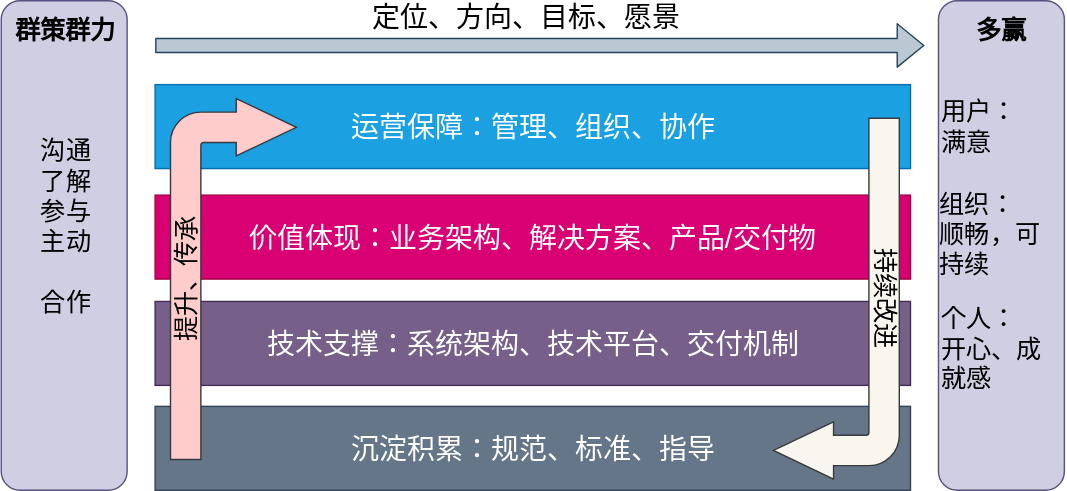
Above: assets/images/TechArch/ADCSS-Arch.svg in ibbcall/ibbcall.github.io (draw.io), before the change. Source tidied: cells renumbered, new cells last; positions are measured from the earlier drawing's top-left corner, leaving out a move shared by most shapes.
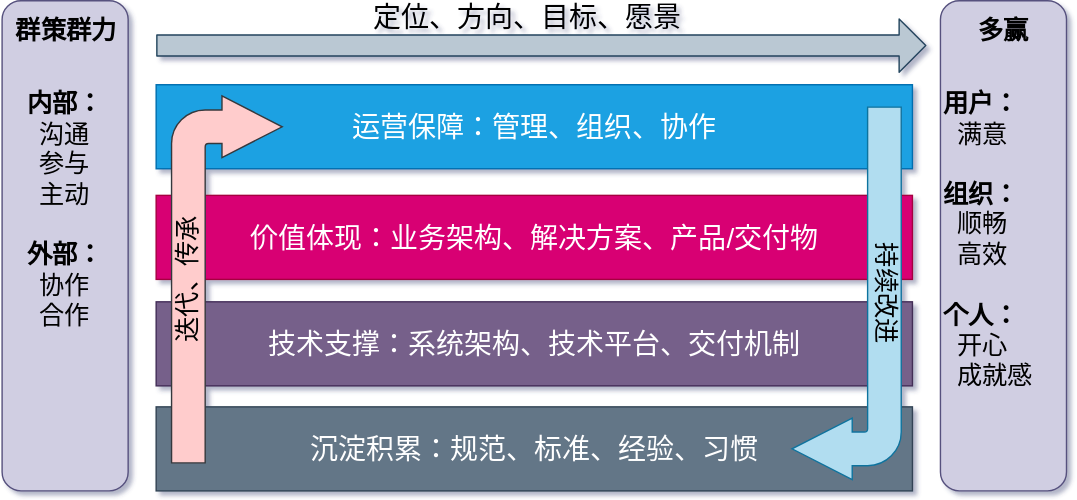
The same diagram one commit later.

Change to the diagram source:
```diff
@@ -1,4 +1,4 @@
-<mxGraphModel>
+<mxGraphModel shadow="1">
   <root>
     <mxCell id="0" />
     <mxCell id="1" parent="0" />
@@ -8,7 +8,7 @@
     <mxCell id="3" value="&lt;br style=&quot;font-size: 20px&quot;&gt;" style="rounded=1;whiteSpace=wrap;html=1;fontSize=20;fillColor=#d0cee2;strokeColor=#56517e;" parent="1" vertex="1">
       <mxGeometry x="670" width="90" height="350" as="geometry" />
     </mxCell>
-    <mxCell id="4" style="shape=flexArrow;endArrow=classic;html=1;fontSize=20;fillColor=#bac8d3;strokeColor=#23445d;" parent="1" edge="1">
+    <mxCell id="4" style="shape=flexArrow;endArrow=classic;html=1;fontSize=20;fillColor=#bac8d3;strokeColor=#23445d;width=15;startWidth=22;endWidth=22;" parent="1" edge="1">
       <mxGeometry relative="1" as="geometry">
         <mxPoint x="110" y="32" as="sourcePoint" />
         <mxPoint x="660" y="32" as="targetPoint" />
@@ -26,32 +26,26 @@
     <mxCell id="8" value="技术支撑：系统架构、技术平台、交付机制" style="rounded=0;whiteSpace=wrap;html=1;fontSize=20;fillColor=#76608a;strokeColor=#432D57;fontColor=#ffffff;" parent="1" vertex="1">
       <mxGeometry x="110" y="215" width="540" height="60" as="geometry" />
     </mxCell>
-    <mxCell id="9" value="沉淀积累：规范、标准、指导" style="rounded=0;whiteSpace=wrap;html=1;fontSize=20;fillColor=#647687;strokeColor=#314354;fontColor=#ffffff;" parent="1" vertex="1">
+    <mxCell id="9" value="沉淀积累：规范、标准、经验、习惯" style="rounded=0;whiteSpace=wrap;html=1;fontSize=20;fillColor=#647687;strokeColor=#314354;fontColor=#ffffff;" parent="1" vertex="1">
       <mxGeometry x="110" y="290" width="540" height="60" as="geometry" />
     </mxCell>
-    <mxCell id="10" value="持续改进" style="html=1;shadow=0;dashed=0;align=center;verticalAlign=top;shape=mxgraph.arrows2.bendArrow;dy=10.86;dx=43;notch=0;arrowHead=41;rounded=1;rotation=-180;horizontal=0;fontSize=18;spacingTop=-8;fillColor=#f9f7ed;strokeColor=#36393d;" parent="1" vertex="1">
-      <mxGeometry x="552" y="84" width="90" height="258" as="geometry" />
+    <mxCell id="10" value="持续改进" style="html=1;shadow=0;dashed=0;align=center;verticalAlign=top;shape=mxgraph.arrows2.bendArrow;dy=12;dx=43;notch=0;arrowHead=44;rounded=1;rotation=-180;horizontal=0;fontSize=18;spacingTop=-7;fillColor=#b1ddf0;strokeColor=#10739e;" parent="1" vertex="1">
+      <mxGeometry x="564" y="76" width="78" height="266" as="geometry" />
     </mxCell>
-    <mxCell id="11" value="提升、传承" style="html=1;shadow=0;dashed=0;align=center;verticalAlign=top;shape=mxgraph.arrows2.bendArrow;dy=10.86;dx=43;notch=0;arrowHead=41;rounded=1;rotation=0;horizontal=0;spacingTop=-6;fontSize=18;fillColor=#ffcccc;strokeColor=#36393d;" parent="1" vertex="1">
-      <mxGeometry x="121" y="70" width="90" height="258" as="geometry" />
+    <mxCell id="11" value="迭代、传承" style="html=1;shadow=0;dashed=0;align=center;verticalAlign=top;shape=mxgraph.arrows2.bendArrow;dy=12;dx=43;notch=0;arrowHead=44;rounded=1;rotation=0;horizontal=0;spacingTop=-6;fontSize=18;fillColor=#ffcccc;strokeColor=#36393d;" parent="1" vertex="1">
+      <mxGeometry x="121" y="68" width="79" height="262" as="geometry" />
     </mxCell>
     <mxCell id="12" value="&lt;b&gt;多赢&lt;/b&gt;" style="text;html=1;fillColor=none;align=center;verticalAlign=middle;whiteSpace=wrap;rounded=0;labelBackgroundColor=none;fontSize=18;" parent="1" vertex="1">
       <mxGeometry x="687.5" y="11" width="55" height="20" as="geometry" />
     </mxCell>
-    <mxCell id="13" value="组织：&lt;br&gt;顺畅，可持续" style="text;html=1;strokeColor=none;fillColor=none;align=left;verticalAlign=middle;whiteSpace=wrap;rounded=0;labelBackgroundColor=none;fontSize=18;" parent="1" vertex="1">
-      <mxGeometry x="669" y="133" width="91" height="66" as="geometry" />
-    </mxCell>
-    <mxCell id="14" value="用户：&lt;br&gt;满意" style="text;html=1;strokeColor=none;fillColor=none;align=left;verticalAlign=middle;whiteSpace=wrap;rounded=0;labelBackgroundColor=none;fontSize=18;" parent="1" vertex="1">
-      <mxGeometry x="670" y="57" width="91" height="66" as="geometry" />
+    <mxCell id="14" value="&lt;b&gt;用户：&lt;/b&gt;&lt;br&gt;&amp;nbsp; 满意&lt;br&gt;&lt;b&gt;&lt;br&gt;组织：&lt;/b&gt;&lt;br&gt;&amp;nbsp; 顺畅&lt;br&gt;&amp;nbsp; 高效&lt;br&gt;&lt;br&gt;&lt;b&gt;个人：&lt;/b&gt;&lt;br&gt;&lt;div&gt;&amp;nbsp; 开心&lt;/div&gt;&lt;div&gt;&amp;nbsp; 成就感&lt;/div&gt;" style="text;html=1;strokeColor=none;fillColor=none;align=left;verticalAlign=top;whiteSpace=wrap;rounded=0;labelBackgroundColor=none;fontSize=18;" parent="1" vertex="1">
+      <mxGeometry x="670" y="57" width="91" height="283" as="geometry" />
     </mxCell>
-    <mxCell id="15" value="个人：&lt;br&gt;&lt;div style=&quot;text-align: left&quot;&gt;&lt;span&gt;开心、成就感&lt;/span&gt;&lt;/div&gt;" style="text;html=1;strokeColor=none;fillColor=none;align=left;verticalAlign=middle;whiteSpace=wrap;rounded=0;labelBackgroundColor=none;fontSize=18;" parent="1" vertex="1">
-      <mxGeometry x="670" y="215" width="91" height="66" as="geometry" />
-    </mxCell>
     <mxCell id="16" value="&lt;b&gt;群策群力&lt;/b&gt;&lt;br&gt;" style="text;html=1;fillColor=none;align=center;verticalAlign=middle;whiteSpace=wrap;rounded=0;labelBackgroundColor=none;fontSize=18;" parent="1" vertex="1">
       <mxGeometry y="11" width="91" height="20" as="geometry" />
     </mxCell>
-    <mxCell id="17" value="&lt;div style=&quot;text-align: center&quot;&gt;&lt;span&gt;沟通&lt;/span&gt;&lt;/div&gt;&lt;div style=&quot;text-align: left&quot;&gt;&lt;span&gt;了解&lt;/span&gt;&lt;br&gt;&lt;span&gt;参与&lt;/span&gt;&lt;br&gt;&lt;span&gt;主动&lt;/span&gt;&lt;br&gt;&lt;/div&gt;&lt;div style=&quot;text-align: left&quot;&gt;&lt;span&gt;&lt;br&gt;&lt;/span&gt;&lt;/div&gt;&lt;div style=&quot;text-align: left&quot;&gt;合作&lt;/div&gt;" style="text;html=1;strokeColor=none;fillColor=none;align=center;verticalAlign=middle;whiteSpace=wrap;rounded=0;labelBackgroundColor=none;fontSize=18;" parent="1" vertex="1">
-      <mxGeometry y="80" width="91" height="160" as="geometry" />
+    <mxCell id="17" value="&lt;div style=&quot;text-align: center&quot;&gt;&lt;b&gt;内部：&lt;/b&gt;&lt;/div&gt;&lt;div style=&quot;text-align: center&quot;&gt;沟通&lt;/div&gt;&lt;div style=&quot;text-align: center&quot;&gt;参与&lt;/div&gt;&lt;div style=&quot;text-align: center&quot;&gt;主动&lt;/div&gt;&lt;div style=&quot;text-align: center&quot;&gt;&lt;br&gt;&lt;/div&gt;&lt;div style=&quot;text-align: center&quot;&gt;&lt;b&gt;外部：&lt;/b&gt;&lt;/div&gt;&lt;div style=&quot;text-align: center&quot;&gt;协作&lt;/div&gt;&lt;div style=&quot;text-align: center&quot;&gt;合作&lt;/div&gt;&lt;div style=&quot;text-align: center&quot;&gt;&lt;br&gt;&lt;/div&gt;&lt;div style=&quot;text-align: center&quot;&gt;&lt;br&gt;&lt;/div&gt;" style="text;html=1;strokeColor=none;fillColor=none;align=center;verticalAlign=top;whiteSpace=wrap;rounded=0;labelBackgroundColor=none;fontSize=18;labelPosition=center;verticalLabelPosition=middle;labelBorderColor=none;" parent="1" vertex="1">
+      <mxGeometry x="-1" y="57" width="91" height="293" as="geometry" />
     </mxCell>
   </root>
 </mxGraphModel>
```
